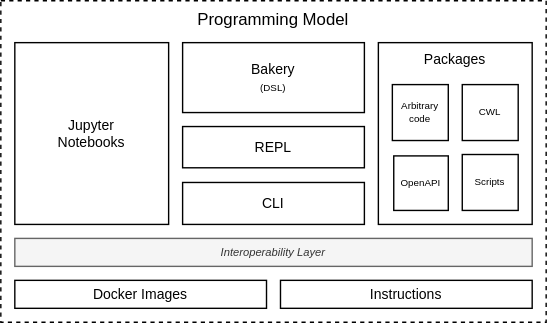
Before: docs/assets/img/programming-model.svg, a diagram exported from draw.io (onnovalkering/brane). Source tidied: cells renumbered, new cells last; positions are measured from the earlier drawing's top-left corner, leaving out a move shared by most shapes. Its diagram source:
```xml
<mxGraphModel>
  <root>
    <mxCell id="0" />
    <mxCell id="1" parent="0" />
    <mxCell id="2" value="Programming Model" style="rounded=0;whiteSpace=wrap;html=1;fontSize=12;dashed=1;fillColor=none;verticalAlign=top;fontStyle=0;" parent="1" vertex="1">
      <mxGeometry width="390" height="230" as="geometry" />
    </mxCell>
    <mxCell id="3" value="Interoperability Layer" style="rounded=0;whiteSpace=wrap;html=1;fontSize=8;fontStyle=2;fillColor=#f5f5f5;strokeColor=#666666;fontColor=#333333;" parent="1" vertex="1">
      <mxGeometry x="10" y="170" width="370" height="20" as="geometry" />
    </mxCell>
    <mxCell id="4" value="Jupyter&lt;br&gt;Notebooks" style="rounded=0;whiteSpace=wrap;html=1;fontSize=10;" parent="1" vertex="1">
      <mxGeometry x="10" y="30" width="110" height="130" as="geometry" />
    </mxCell>
    <mxCell id="5" value="Packages" style="rounded=0;whiteSpace=wrap;html=1;verticalAlign=top;fontSize=10;" parent="1" vertex="1">
      <mxGeometry x="270" y="30" width="110" height="130" as="geometry" />
    </mxCell>
    <mxCell id="6" value="Arbitrary code" style="whiteSpace=wrap;html=1;rounded=0;shadow=0;glass=0;sketch=0;strokeColor=#000000;fontSize=7;fontColor=#000000;" parent="1" vertex="1">
      <mxGeometry x="280" y="60" width="40" height="40" as="geometry" />
    </mxCell>
    <mxCell id="7" value="CWL" style="whiteSpace=wrap;html=1;rounded=0;shadow=0;glass=0;sketch=0;strokeColor=#000000;fontSize=7;fontColor=#000000;" parent="1" vertex="1">
      <mxGeometry x="330" y="60" width="40" height="40" as="geometry" />
    </mxCell>
    <mxCell id="8" value="OpenAPI" style="whiteSpace=wrap;html=1;rounded=0;shadow=0;glass=0;sketch=0;strokeColor=#000000;fontSize=7;fontColor=#000000;" parent="1" vertex="1">
      <mxGeometry x="281" y="111" width="39" height="39" as="geometry" />
    </mxCell>
    <mxCell id="9" value="Scripts" style="whiteSpace=wrap;html=1;rounded=0;shadow=0;glass=0;sketch=0;strokeColor=#000000;fontSize=7;fontColor=#000000;" parent="1" vertex="1">
      <mxGeometry x="330" y="110" width="40" height="40" as="geometry" />
    </mxCell>
    <mxCell id="10" value="REPL" style="rounded=0;whiteSpace=wrap;html=1;fontSize=10;" parent="1" vertex="1">
      <mxGeometry x="130" y="90" width="130" height="29.5" as="geometry" />
    </mxCell>
    <mxCell id="11" value="Instructions" style="rounded=0;whiteSpace=wrap;html=1;fontSize=10;" parent="1" vertex="1">
      <mxGeometry x="200" y="200" width="180" height="20" as="geometry" />
    </mxCell>
    <mxCell id="12" value="Docker Images" style="rounded=0;whiteSpace=wrap;html=1;fontSize=10;" parent="1" vertex="1">
      <mxGeometry x="10" y="200" width="180" height="20" as="geometry" />
    </mxCell>
    <mxCell id="13" value="Bakery&lt;br style=&quot;font-size: 9px&quot;&gt;&lt;font style=&quot;font-size: 7px&quot;&gt;(DSL)&lt;/font&gt;" style="rounded=0;whiteSpace=wrap;html=1;fontSize=10;" parent="1" vertex="1">
      <mxGeometry x="130" y="30" width="130" height="50" as="geometry" />
    </mxCell>
    <mxCell id="14" value="CLI" style="rounded=0;whiteSpace=wrap;html=1;fontSize=10;" parent="1" vertex="1">
      <mxGeometry x="130" y="130" width="130" height="30" as="geometry" />
    </mxCell>
  </root>
</mxGraphModel>
```
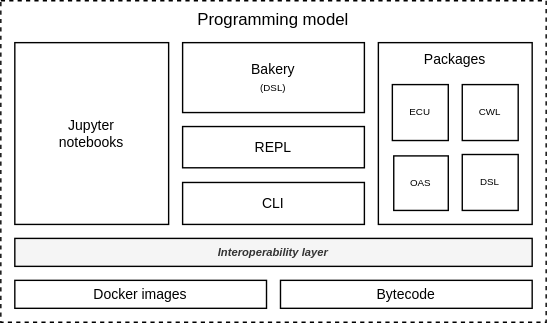
After the change.

Commit message:
docs(docs): rename architecture page into overview page

What changed in the source:
```diff
@@ -2,37 +2,37 @@
   <root>
     <mxCell id="0" />
     <mxCell id="1" parent="0" />
-    <mxCell id="2" value="Programming Model" style="rounded=0;whiteSpace=wrap;html=1;fontSize=12;dashed=1;fillColor=none;verticalAlign=top;fontStyle=0;" parent="1" vertex="1">
+    <mxCell id="2" value="Programming model" style="rounded=0;whiteSpace=wrap;html=1;fontSize=12;dashed=1;fillColor=none;verticalAlign=top;fontStyle=0;" parent="1" vertex="1">
       <mxGeometry width="390" height="230" as="geometry" />
     </mxCell>
-    <mxCell id="3" value="Interoperability Layer" style="rounded=0;whiteSpace=wrap;html=1;fontSize=8;fontStyle=2;fillColor=#f5f5f5;strokeColor=#666666;fontColor=#333333;" parent="1" vertex="1">
+    <mxCell id="3" value="Interoperability layer" style="rounded=0;whiteSpace=wrap;html=1;fontSize=8;fontStyle=3;fillColor=#f5f5f5;fontColor=#333333;" parent="1" vertex="1">
       <mxGeometry x="10" y="170" width="370" height="20" as="geometry" />
     </mxCell>
-    <mxCell id="4" value="Jupyter&lt;br&gt;Notebooks" style="rounded=0;whiteSpace=wrap;html=1;fontSize=10;" parent="1" vertex="1">
+    <mxCell id="4" value="Jupyter&lt;br&gt;notebooks" style="rounded=0;whiteSpace=wrap;html=1;fontSize=10;" parent="1" vertex="1">
       <mxGeometry x="10" y="30" width="110" height="130" as="geometry" />
     </mxCell>
     <mxCell id="5" value="Packages" style="rounded=0;whiteSpace=wrap;html=1;verticalAlign=top;fontSize=10;" parent="1" vertex="1">
       <mxGeometry x="270" y="30" width="110" height="130" as="geometry" />
     </mxCell>
-    <mxCell id="6" value="Arbitrary code" style="whiteSpace=wrap;html=1;rounded=0;shadow=0;glass=0;sketch=0;strokeColor=#000000;fontSize=7;fontColor=#000000;" parent="1" vertex="1">
+    <mxCell id="6" value="ECU" style="whiteSpace=wrap;html=1;rounded=0;shadow=0;glass=0;sketch=0;strokeColor=#000000;fontSize=7;fontColor=#000000;" parent="1" vertex="1">
       <mxGeometry x="280" y="60" width="40" height="40" as="geometry" />
     </mxCell>
     <mxCell id="7" value="CWL" style="whiteSpace=wrap;html=1;rounded=0;shadow=0;glass=0;sketch=0;strokeColor=#000000;fontSize=7;fontColor=#000000;" parent="1" vertex="1">
       <mxGeometry x="330" y="60" width="40" height="40" as="geometry" />
     </mxCell>
-    <mxCell id="8" value="OpenAPI" style="whiteSpace=wrap;html=1;rounded=0;shadow=0;glass=0;sketch=0;strokeColor=#000000;fontSize=7;fontColor=#000000;" parent="1" vertex="1">
+    <mxCell id="8" value="OAS" style="whiteSpace=wrap;html=1;rounded=0;shadow=0;glass=0;sketch=0;strokeColor=#000000;fontSize=7;fontColor=#000000;" parent="1" vertex="1">
       <mxGeometry x="281" y="111" width="39" height="39" as="geometry" />
     </mxCell>
-    <mxCell id="9" value="Scripts" style="whiteSpace=wrap;html=1;rounded=0;shadow=0;glass=0;sketch=0;strokeColor=#000000;fontSize=7;fontColor=#000000;" parent="1" vertex="1">
+    <mxCell id="9" value="DSL" style="whiteSpace=wrap;html=1;rounded=0;shadow=0;glass=0;sketch=0;strokeColor=#000000;fontSize=7;fontColor=#000000;" parent="1" vertex="1">
       <mxGeometry x="330" y="110" width="40" height="40" as="geometry" />
     </mxCell>
     <mxCell id="10" value="REPL" style="rounded=0;whiteSpace=wrap;html=1;fontSize=10;" parent="1" vertex="1">
       <mxGeometry x="130" y="90" width="130" height="29.5" as="geometry" />
     </mxCell>
-    <mxCell id="11" value="Instructions" style="rounded=0;whiteSpace=wrap;html=1;fontSize=10;" parent="1" vertex="1">
+    <mxCell id="11" value="Bytecode" style="rounded=0;whiteSpace=wrap;html=1;fontSize=10;" parent="1" vertex="1">
       <mxGeometry x="200" y="200" width="180" height="20" as="geometry" />
     </mxCell>
-    <mxCell id="12" value="Docker Images" style="rounded=0;whiteSpace=wrap;html=1;fontSize=10;" parent="1" vertex="1">
+    <mxCell id="12" value="Docker images" style="rounded=0;whiteSpace=wrap;html=1;fontSize=10;" parent="1" vertex="1">
       <mxGeometry x="10" y="200" width="180" height="20" as="geometry" />
     </mxCell>
     <mxCell id="13" value="Bakery&lt;br style=&quot;font-size: 9px&quot;&gt;&lt;font style=&quot;font-size: 7px&quot;&gt;(DSL)&lt;/font&gt;" style="rounded=0;whiteSpace=wrap;html=1;fontSize=10;" parent="1" vertex="1">
```
